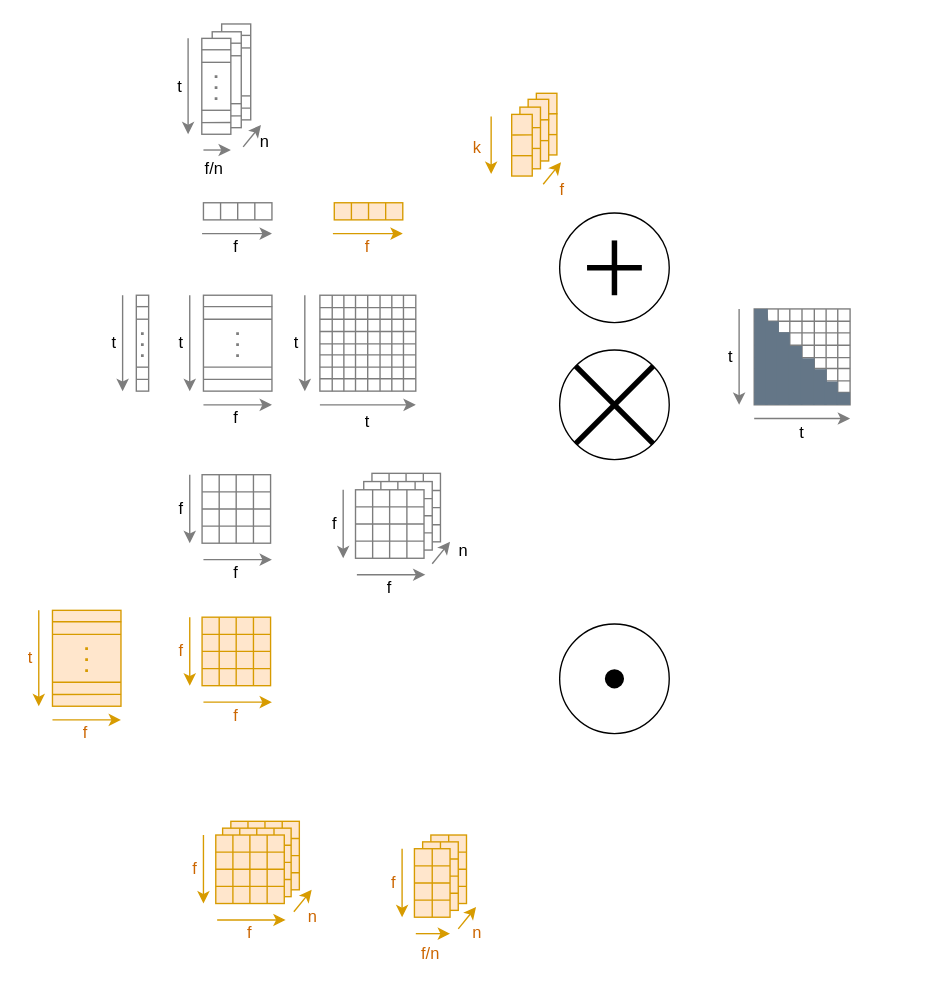
This is page "Base Figures" (1 of 5) of attention.drawio from OleguerCanal/diagrams, a draw.io file, before an edit. Source tidied: cells renumbered, new cells numbered last; positions are measured from the earlier drawing's top-left corner, leaving out a move shared by most shapes. Both pictures are drawn from the tidied source at 137%, with x=0, y=0 at pixel (23, 23).
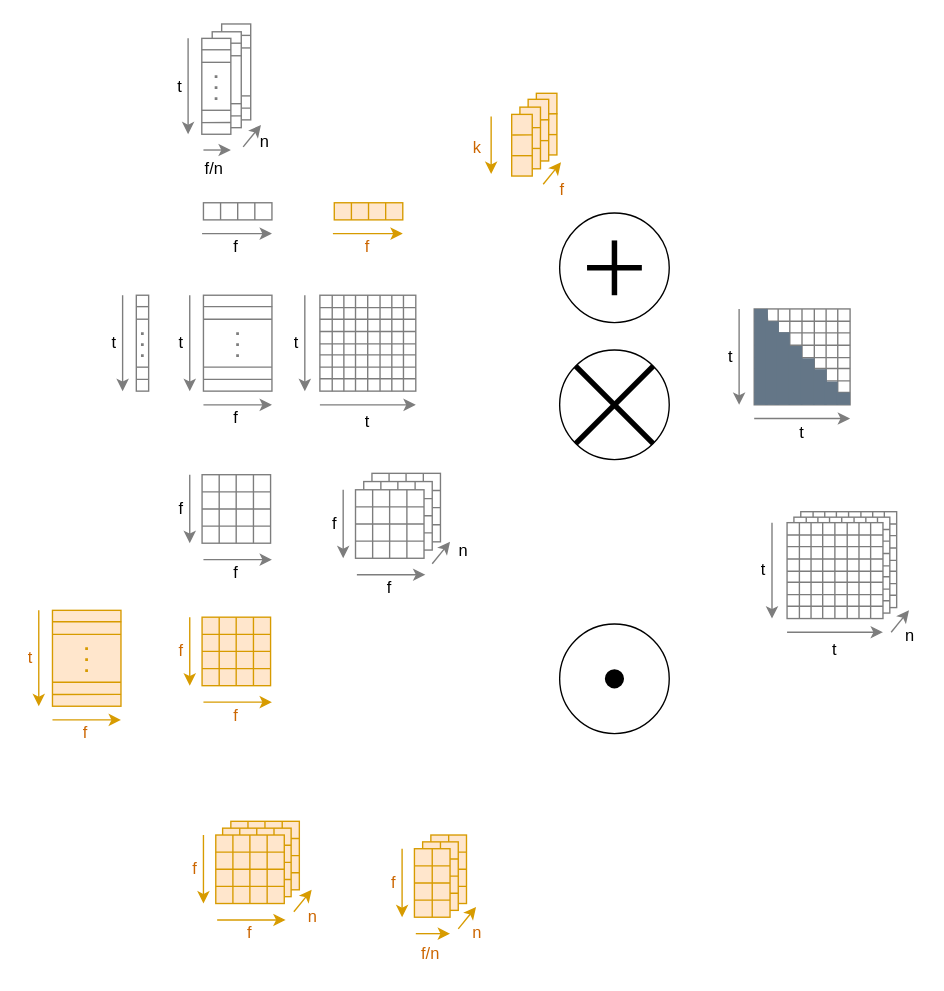
The same page after the edit.

Diff of the diagram source:
```diff
@@
+    <mxCell id="233" style="whiteSpace=wrap;html=1;strokeColor=#7D7D7D;" parent="1" vertex="1">
+      <mxGeometry x="567" y="356" width="70" height="70" as="geometry" />
+    </mxCell>
+    <mxCell id="234" style="endArrow=none;html=1;rounded=0;strokeColor=#7D7D7D;entryX=0.25;entryY=0;entryDx=0;entryDy=0;exitX=0.25;exitY=1;exitDx=0;exitDy=0;" parent="1" edge="1" source="233" target="233">
+      <mxGeometry relative="1" as="geometry" />
+    </mxCell>
+    <mxCell id="235" style="endArrow=none;html=1;rounded=0;strokeColor=#7D7D7D;entryX=0.75;entryY=0;entryDx=0;entryDy=0;exitX=0.75;exitY=1;exitDx=0;exitDy=0;" parent="1" edge="1" source="233" target="233">
+      <mxGeometry relative="1" as="geometry" />
+    </mxCell>
+    <mxCell id="236" style="endArrow=none;html=1;rounded=0;strokeColor=#7D7D7D;entryX=0.75;entryY=0;entryDx=0;entryDy=0;exitX=0.75;exitY=1;exitDx=0;exitDy=0;" parent="1" edge="1">
+      <mxGeometry relative="1" as="geometry">
+        <mxPoint x="576" y="426" as="sourcePoint" />
+        <mxPoint x="576" y="356" as="targetPoint" />
+      </mxGeometry>
+    </mxCell>
+    <mxCell id="237" style="endArrow=none;html=1;rounded=0;strokeColor=#7D7D7D;entryX=0.75;entryY=0;entryDx=0;entryDy=0;exitX=0.75;exitY=1;exitDx=0;exitDy=0;" parent="1" edge="1">
+      <mxGeometry relative="1" as="geometry">
+        <mxPoint x="628" y="426" as="sourcePoint" />
+        <mxPoint x="628" y="356" as="targetPoint" />
+      </mxGeometry>
+    </mxCell>
+    <mxCell id="238" style="endArrow=none;html=1;rounded=0;strokeColor=#7D7D7D;exitX=0;exitY=0.25;exitDx=0;exitDy=0;entryX=1;entryY=0.25;entryDx=0;entryDy=0;" parent="1" edge="1" source="233" target="233">
+      <mxGeometry relative="1" as="geometry" />
+    </mxCell>
+    <mxCell id="239" style="endArrow=none;html=1;rounded=0;strokeColor=#7D7D7D;exitX=0;exitY=0.25;exitDx=0;exitDy=0;entryX=1;entryY=0.25;entryDx=0;entryDy=0;" parent="1" edge="1">
+      <mxGeometry relative="1" as="geometry">
+        <mxPoint x="567" y="365" as="sourcePoint" />
+        <mxPoint x="637" y="365" as="targetPoint" />
+      </mxGeometry>
+    </mxCell>
+    <mxCell id="240" style="endArrow=none;html=1;rounded=0;strokeColor=#7D7D7D;exitX=0;exitY=0.75;exitDx=0;exitDy=0;entryX=1;entryY=0.75;entryDx=0;entryDy=0;" parent="1" edge="1" source="233" target="233">
+      <mxGeometry relative="1" as="geometry" />
+    </mxCell>
+    <mxCell id="241" style="endArrow=none;html=1;rounded=0;strokeColor=#7D7D7D;exitX=0;exitY=0.75;exitDx=0;exitDy=0;entryX=1;entryY=0.75;entryDx=0;entryDy=0;" parent="1" edge="1">
+      <mxGeometry relative="1" as="geometry">
+        <mxPoint x="567" y="417" as="sourcePoint" />
+        <mxPoint x="637" y="417" as="targetPoint" />
+      </mxGeometry>
+    </mxCell>
+    <mxCell id="242" style="endArrow=none;html=1;rounded=0;strokeColor=#7D7D7D;entryX=0.75;entryY=0;entryDx=0;entryDy=0;exitX=0.75;exitY=1;exitDx=0;exitDy=0;" parent="1" edge="1">
+      <mxGeometry relative="1" as="geometry">
+        <mxPoint x="601.9" y="426" as="sourcePoint" />
+        <mxPoint x="601.9" y="356" as="targetPoint" />
+      </mxGeometry>
+    </mxCell>
+    <mxCell id="243" style="endArrow=none;html=1;rounded=0;strokeColor=#7D7D7D;entryX=0.75;entryY=0;entryDx=0;entryDy=0;exitX=0.75;exitY=1;exitDx=0;exitDy=0;" parent="1" edge="1">
+      <mxGeometry relative="1" as="geometry">
+        <mxPoint x="610.9" y="426" as="sourcePoint" />
+        <mxPoint x="610.9" y="356" as="targetPoint" />
+      </mxGeometry>
+    </mxCell>
+    <mxCell id="244" style="endArrow=none;html=1;rounded=0;strokeColor=#7D7D7D;entryX=0.75;entryY=0;entryDx=0;entryDy=0;exitX=0.75;exitY=1;exitDx=0;exitDy=0;" parent="1" edge="1">
+      <mxGeometry relative="1" as="geometry">
+        <mxPoint x="593" y="426" as="sourcePoint" />
+        <mxPoint x="593" y="356" as="targetPoint" />
+      </mxGeometry>
+    </mxCell>
+    <mxCell id="245" style="endArrow=none;html=1;rounded=0;strokeColor=#7D7D7D;exitX=0;exitY=0.25;exitDx=0;exitDy=0;entryX=1;entryY=0.25;entryDx=0;entryDy=0;" parent="1" edge="1">
+      <mxGeometry relative="1" as="geometry">
+        <mxPoint x="567" y="382.5" as="sourcePoint" />
+        <mxPoint x="637" y="382.5" as="targetPoint" />
+      </mxGeometry>
+    </mxCell>
+    <mxCell id="246" style="endArrow=none;html=1;rounded=0;strokeColor=#7D7D7D;exitX=0;exitY=0.25;exitDx=0;exitDy=0;entryX=1;entryY=0.25;entryDx=0;entryDy=0;" parent="1" edge="1">
+      <mxGeometry relative="1" as="geometry">
+        <mxPoint x="567" y="391.5" as="sourcePoint" />
+        <mxPoint x="637" y="391.5" as="targetPoint" />
+      </mxGeometry>
+    </mxCell>
+    <mxCell id="247" style="endArrow=none;html=1;rounded=0;strokeColor=#7D7D7D;exitX=0;exitY=0.25;exitDx=0;exitDy=0;entryX=1;entryY=0.25;entryDx=0;entryDy=0;" parent="1" edge="1">
+      <mxGeometry relative="1" as="geometry">
+        <mxPoint x="567" y="399.5" as="sourcePoint" />
+        <mxPoint x="637" y="399.5" as="targetPoint" />
+      </mxGeometry>
+    </mxCell>
+    <mxCell id="248" style="whiteSpace=wrap;html=1;strokeColor=#7D7D7D;" parent="1" vertex="1">
+      <mxGeometry x="562" y="360" width="70" height="70" as="geometry" />
+    </mxCell>
+    <mxCell id="249" style="endArrow=none;html=1;rounded=0;strokeColor=#7D7D7D;entryX=0.25;entryY=0;entryDx=0;entryDy=0;exitX=0.25;exitY=1;exitDx=0;exitDy=0;" parent="1" edge="1" source="248" target="248">
+      <mxGeometry relative="1" as="geometry" />
+    </mxCell>
+    <mxCell id="250" style="endArrow=none;html=1;rounded=0;strokeColor=#7D7D7D;entryX=0.75;entryY=0;entryDx=0;entryDy=0;exitX=0.75;exitY=1;exitDx=0;exitDy=0;" parent="1" edge="1" source="248" target="248">
+      <mxGeometry relative="1" as="geometry" />
+    </mxCell>
+    <mxCell id="251" style="endArrow=none;html=1;rounded=0;strokeColor=#7D7D7D;entryX=0.75;entryY=0;entryDx=0;entryDy=0;exitX=0.75;exitY=1;exitDx=0;exitDy=0;" parent="1" edge="1">
+      <mxGeometry relative="1" as="geometry">
+        <mxPoint x="571" y="430" as="sourcePoint" />
+        <mxPoint x="571" y="360" as="targetPoint" />
+      </mxGeometry>
+    </mxCell>
+    <mxCell id="252" style="endArrow=none;html=1;rounded=0;strokeColor=#7D7D7D;entryX=0.75;entryY=0;entryDx=0;entryDy=0;exitX=0.75;exitY=1;exitDx=0;exitDy=0;" parent="1" edge="1">
+      <mxGeometry relative="1" as="geometry">
+        <mxPoint x="623" y="430" as="sourcePoint" />
+        <mxPoint x="623" y="360" as="targetPoint" />
+      </mxGeometry>
+    </mxCell>
+    <mxCell id="253" style="endArrow=none;html=1;rounded=0;strokeColor=#7D7D7D;exitX=0;exitY=0.25;exitDx=0;exitDy=0;entryX=1;entryY=0.25;entryDx=0;entryDy=0;" parent="1" edge="1" source="248" target="248">
+      <mxGeometry relative="1" as="geometry" />
+    </mxCell>
+    <mxCell id="254" style="endArrow=none;html=1;rounded=0;strokeColor=#7D7D7D;exitX=0;exitY=0.25;exitDx=0;exitDy=0;entryX=1;entryY=0.25;entryDx=0;entryDy=0;" parent="1" edge="1">
+      <mxGeometry relative="1" as="geometry">
+        <mxPoint x="562" y="369" as="sourcePoint" />
+        <mxPoint x="632" y="369" as="targetPoint" />
+      </mxGeometry>
+    </mxCell>
+    <mxCell id="255" style="endArrow=none;html=1;rounded=0;strokeColor=#7D7D7D;exitX=0;exitY=0.75;exitDx=0;exitDy=0;entryX=1;entryY=0.75;entryDx=0;entryDy=0;" parent="1" edge="1" source="248" target="248">
+      <mxGeometry relative="1" as="geometry" />
+    </mxCell>
+    <mxCell id="256" style="endArrow=none;html=1;rounded=0;strokeColor=#7D7D7D;exitX=0;exitY=0.75;exitDx=0;exitDy=0;entryX=1;entryY=0.75;entryDx=0;entryDy=0;" parent="1" edge="1">
+      <mxGeometry relative="1" as="geometry">
+        <mxPoint x="562" y="421" as="sourcePoint" />
+        <mxPoint x="632" y="421" as="targetPoint" />
+      </mxGeometry>
+    </mxCell>
+    <mxCell id="257" style="endArrow=none;html=1;rounded=0;strokeColor=#7D7D7D;entryX=0.75;entryY=0;entryDx=0;entryDy=0;exitX=0.75;exitY=1;exitDx=0;exitDy=0;" parent="1" edge="1">
+      <mxGeometry relative="1" as="geometry">
+        <mxPoint x="596.9" y="430" as="sourcePoint" />
+        <mxPoint x="596.9" y="360" as="targetPoint" />
+      </mxGeometry>
+    </mxCell>
+    <mxCell id="258" style="endArrow=none;html=1;rounded=0;strokeColor=#7D7D7D;entryX=0.75;entryY=0;entryDx=0;entryDy=0;exitX=0.75;exitY=1;exitDx=0;exitDy=0;" parent="1" edge="1">
+      <mxGeometry relative="1" as="geometry">
+        <mxPoint x="605.9" y="430" as="sourcePoint" />
+        <mxPoint x="605.9" y="360" as="targetPoint" />
+      </mxGeometry>
+    </mxCell>
+    <mxCell id="259" style="endArrow=none;html=1;rounded=0;strokeColor=#7D7D7D;entryX=0.75;entryY=0;entryDx=0;entryDy=0;exitX=0.75;exitY=1;exitDx=0;exitDy=0;" parent="1" edge="1">
+      <mxGeometry relative="1" as="geometry">
+        <mxPoint x="588" y="430" as="sourcePoint" />
+        <mxPoint x="588" y="360" as="targetPoint" />
+      </mxGeometry>
+    </mxCell>
+    <mxCell id="260" style="endArrow=none;html=1;rounded=0;strokeColor=#7D7D7D;exitX=0;exitY=0.25;exitDx=0;exitDy=0;entryX=1;entryY=0.25;entryDx=0;entryDy=0;" parent="1" edge="1">
+      <mxGeometry relative="1" as="geometry">
+        <mxPoint x="562" y="386.5" as="sourcePoint" />
+        <mxPoint x="632" y="386.5" as="targetPoint" />
+      </mxGeometry>
+    </mxCell>
+    <mxCell id="261" style="endArrow=none;html=1;rounded=0;strokeColor=#7D7D7D;exitX=0;exitY=0.25;exitDx=0;exitDy=0;entryX=1;entryY=0.25;entryDx=0;entryDy=0;" parent="1" edge="1">
+      <mxGeometry relative="1" as="geometry">
+        <mxPoint x="562" y="395.5" as="sourcePoint" />
+        <mxPoint x="632" y="395.5" as="targetPoint" />
+      </mxGeometry>
+    </mxCell>
+    <mxCell id="262" style="endArrow=none;html=1;rounded=0;strokeColor=#7D7D7D;exitX=0;exitY=0.25;exitDx=0;exitDy=0;entryX=1;entryY=0.25;entryDx=0;entryDy=0;" parent="1" edge="1">
+      <mxGeometry relative="1" as="geometry">
+        <mxPoint x="562" y="403.5" as="sourcePoint" />
+        <mxPoint x="632" y="403.5" as="targetPoint" />
+      </mxGeometry>
+    </mxCell>
@@
+    <mxCell id="263" style="whiteSpace=wrap;html=1;strokeColor=#7D7D7D;" parent="1" vertex="1">
+      <mxGeometry x="557" y="364" width="70" height="70" as="geometry" />
+    </mxCell>
+    <mxCell id="264" style="endArrow=none;html=1;rounded=0;strokeColor=#7D7D7D;entryX=0.25;entryY=0;entryDx=0;entryDy=0;exitX=0.25;exitY=1;exitDx=0;exitDy=0;" parent="1" edge="1" source="263" target="263">
+      <mxGeometry relative="1" as="geometry" />
+    </mxCell>
+    <mxCell id="265" style="endArrow=none;html=1;rounded=0;strokeColor=#7D7D7D;entryX=0.75;entryY=0;entryDx=0;entryDy=0;exitX=0.75;exitY=1;exitDx=0;exitDy=0;" parent="1" edge="1" source="263" target="263">
+      <mxGeometry relative="1" as="geometry" />
+    </mxCell>
+    <mxCell id="266" style="endArrow=none;html=1;rounded=0;strokeColor=#7D7D7D;entryX=0.75;entryY=0;entryDx=0;entryDy=0;exitX=0.75;exitY=1;exitDx=0;exitDy=0;" parent="1" edge="1">
+      <mxGeometry relative="1" as="geometry">
+        <mxPoint x="566" y="434" as="sourcePoint" />
+        <mxPoint x="566" y="364" as="targetPoint" />
+      </mxGeometry>
+    </mxCell>
+    <mxCell id="267" style="endArrow=none;html=1;rounded=0;strokeColor=#7D7D7D;entryX=0.75;entryY=0;entryDx=0;entryDy=0;exitX=0.75;exitY=1;exitDx=0;exitDy=0;" parent="1" edge="1">
+      <mxGeometry relative="1" as="geometry">
+        <mxPoint x="618" y="434" as="sourcePoint" />
+        <mxPoint x="618" y="364" as="targetPoint" />
+      </mxGeometry>
+    </mxCell>
+    <mxCell id="268" style="endArrow=none;html=1;rounded=0;strokeColor=#7D7D7D;exitX=0;exitY=0.25;exitDx=0;exitDy=0;entryX=1;entryY=0.25;entryDx=0;entryDy=0;" parent="1" edge="1" source="263" target="263">
+      <mxGeometry relative="1" as="geometry" />
+    </mxCell>
+    <mxCell id="269" style="endArrow=none;html=1;rounded=0;strokeColor=#7D7D7D;exitX=0;exitY=0.25;exitDx=0;exitDy=0;entryX=1;entryY=0.25;entryDx=0;entryDy=0;" parent="1" edge="1">
+      <mxGeometry relative="1" as="geometry">
+        <mxPoint x="557" y="373" as="sourcePoint" />
+        <mxPoint x="627" y="373" as="targetPoint" />
+      </mxGeometry>
+    </mxCell>
+    <mxCell id="270" style="endArrow=none;html=1;rounded=0;strokeColor=#7D7D7D;exitX=0;exitY=0.75;exitDx=0;exitDy=0;entryX=1;entryY=0.75;entryDx=0;entryDy=0;" parent="1" edge="1" source="263" target="263">
+      <mxGeometry relative="1" as="geometry" />
+    </mxCell>
+    <mxCell id="271" style="endArrow=none;html=1;rounded=0;strokeColor=#7D7D7D;exitX=0;exitY=0.75;exitDx=0;exitDy=0;entryX=1;entryY=0.75;entryDx=0;entryDy=0;" parent="1" edge="1">
+      <mxGeometry relative="1" as="geometry">
+        <mxPoint x="557" y="425" as="sourcePoint" />
+        <mxPoint x="627" y="425" as="targetPoint" />
+      </mxGeometry>
+    </mxCell>
+    <mxCell id="272" style="endArrow=none;html=1;rounded=0;strokeColor=#7D7D7D;entryX=0.75;entryY=0;entryDx=0;entryDy=0;exitX=0.75;exitY=1;exitDx=0;exitDy=0;" parent="1" edge="1">
+      <mxGeometry relative="1" as="geometry">
+        <mxPoint x="591.9" y="434" as="sourcePoint" />
+        <mxPoint x="591.9" y="364" as="targetPoint" />
+      </mxGeometry>
+    </mxCell>
+    <mxCell id="273" style="endArrow=none;html=1;rounded=0;strokeColor=#7D7D7D;entryX=0.75;entryY=0;entryDx=0;entryDy=0;exitX=0.75;exitY=1;exitDx=0;exitDy=0;" parent="1" edge="1">
+      <mxGeometry relative="1" as="geometry">
+        <mxPoint x="600.9" y="434" as="sourcePoint" />
+        <mxPoint x="600.9" y="364" as="targetPoint" />
+      </mxGeometry>
+    </mxCell>
+    <mxCell id="274" style="endArrow=none;html=1;rounded=0;strokeColor=#7D7D7D;entryX=0.75;entryY=0;entryDx=0;entryDy=0;exitX=0.75;exitY=1;exitDx=0;exitDy=0;" parent="1" edge="1">
+      <mxGeometry relative="1" as="geometry">
+        <mxPoint x="583" y="434" as="sourcePoint" />
+        <mxPoint x="583" y="364" as="targetPoint" />
+      </mxGeometry>
+    </mxCell>
+    <mxCell id="275" style="endArrow=none;html=1;rounded=0;strokeColor=#7D7D7D;exitX=0;exitY=0.25;exitDx=0;exitDy=0;entryX=1;entryY=0.25;entryDx=0;entryDy=0;" parent="1" edge="1">
+      <mxGeometry relative="1" as="geometry">
+        <mxPoint x="557" y="390.5" as="sourcePoint" />
+        <mxPoint x="627" y="390.5" as="targetPoint" />
+      </mxGeometry>
+    </mxCell>
+    <mxCell id="276" style="endArrow=none;html=1;rounded=0;strokeColor=#7D7D7D;exitX=0;exitY=0.25;exitDx=0;exitDy=0;entryX=1;entryY=0.25;entryDx=0;entryDy=0;" parent="1" edge="1">
+      <mxGeometry relative="1" as="geometry">
+        <mxPoint x="557" y="399.5" as="sourcePoint" />
+        <mxPoint x="627" y="399.5" as="targetPoint" />
+      </mxGeometry>
+    </mxCell>
+    <mxCell id="277" style="endArrow=none;html=1;rounded=0;strokeColor=#7D7D7D;exitX=0;exitY=0.25;exitDx=0;exitDy=0;entryX=1;entryY=0.25;entryDx=0;entryDy=0;" parent="1" edge="1">
+      <mxGeometry relative="1" as="geometry">
+        <mxPoint x="557" y="407.5" as="sourcePoint" />
+        <mxPoint x="627" y="407.5" as="targetPoint" />
+      </mxGeometry>
+    </mxCell>
+    <mxCell id="278" style="endArrow=classic;html=1;rounded=0;strokeColor=#7D7D7D;" parent="1" edge="1">
+      <mxGeometry relative="1" as="geometry">
+        <mxPoint x="546" y="364" as="sourcePoint" />
+        <mxPoint x="546" y="434" as="targetPoint" />
+      </mxGeometry>
+    </mxCell>
+    <mxCell id="279" value="t" style="text;html=1;strokeColor=none;fillColor=none;align=center;verticalAlign=middle;whiteSpace=wrap;rounded=0;" parent="1" vertex="1">
+      <mxGeometry x="535" y="384" width="10" height="30" as="geometry" />
+    </mxCell>
+    <mxCell id="280" style="endArrow=classic;html=1;rounded=0;strokeColor=#7D7D7D;" parent="1" edge="1">
+      <mxGeometry relative="1" as="geometry">
+        <mxPoint x="557" y="444" as="sourcePoint" />
+        <mxPoint x="627" y="444" as="targetPoint" />
+      </mxGeometry>
+    </mxCell>
+    <mxCell id="281" value="t" style="text;html=1;strokeColor=none;fillColor=none;align=center;verticalAlign=middle;whiteSpace=wrap;rounded=0;" parent="1" vertex="1">
+      <mxGeometry x="587" y="442" width="10" height="30" as="geometry" />
+    </mxCell>
+    <mxCell id="282" style="endArrow=classic;html=1;rounded=0;strokeColor=#7D7D7D;" parent="1" edge="1">
+      <mxGeometry relative="1" as="geometry">
+        <mxPoint x="633" y="444" as="sourcePoint" />
+        <mxPoint x="646" y="428" as="targetPoint" />
+      </mxGeometry>
+    </mxCell>
+    <mxCell id="283" value="n" style="text;html=1;strokeColor=none;fillColor=none;align=center;verticalAlign=middle;whiteSpace=wrap;rounded=0;" parent="1" vertex="1">
+      <mxGeometry x="642" y="437" width="10" height="20" as="geometry" />
+    </mxCell>
```
